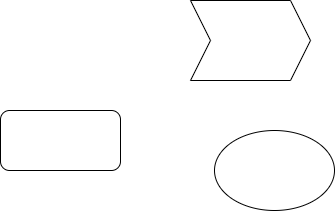
This is ex00.drawio.png from OlegRuzhinskiy/diagram, a draw.io export, as it was before one commit. Source tidied: cells renumbered, new cells last; positions are measured from the earlier drawing's top-left corner, leaving out a move shared by most shapes.
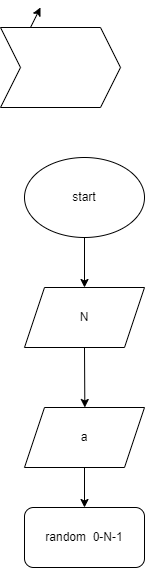
Later version of the same file.

The edit, as a diff of the source:
```diff
@@ -2,14 +2,38 @@
   <root>
     <mxCell id="0" />
     <mxCell id="1" parent="0" />
+    <mxCell id="5" style="edgeStyle=none;html=1;" parent="1" edge="1" source="2">
+      <mxGeometry relative="1" as="geometry">
+        <mxPoint x="274" y="260" as="targetPoint" />
+      </mxGeometry>
+    </mxCell>
-    <mxCell id="2" style="ellipse;whiteSpace=wrap;html=1;" parent="1" vertex="1">
+    <mxCell id="2" value="start" style="ellipse;whiteSpace=wrap;html=1;" parent="1" vertex="1">
       <mxGeometry x="214" y="130" width="120" height="80" as="geometry" />
     </mxCell>
-    <mxCell id="3" style="rounded=1;whiteSpace=wrap;html=1;" parent="1" vertex="1">
-      <mxGeometry y="110" width="120" height="60" as="geometry" />
+    <mxCell id="3" value="random&amp;nbsp; 0-N-1" style="rounded=1;whiteSpace=wrap;html=1;" parent="1" vertex="1">
+      <mxGeometry x="214" y="480" width="120" height="60" as="geometry" />
     </mxCell>
+    <mxCell id="6" style="edgeStyle=none;html=1;exitX=0.25;exitY=0;exitDx=0;exitDy=0;" parent="1" edge="1" source="4">
+      <mxGeometry relative="1" as="geometry">
+        <mxPoint x="230" y="-20" as="targetPoint" />
+      </mxGeometry>
+    </mxCell>
     <mxCell id="4" style="shape=step;perimeter=stepPerimeter;whiteSpace=wrap;html=1;fixedSize=1;" parent="1" vertex="1">
       <mxGeometry x="190" width="120" height="80" as="geometry" />
     </mxCell>
+    <mxCell id="7" style="edgeStyle=none;html=1;exitX=0.5;exitY=1;exitDx=0;exitDy=0;" parent="1" edge="1" source="8">
+      <mxGeometry relative="1" as="geometry">
+        <mxPoint x="274.3" y="380" as="targetPoint" />
+      </mxGeometry>
+    </mxCell>
+    <mxCell id="8" value="N" style="shape=parallelogram;perimeter=parallelogramPerimeter;whiteSpace=wrap;html=1;fixedSize=1;" parent="1" vertex="1">
+      <mxGeometry x="214" y="260" width="120" height="60" as="geometry" />
+    </mxCell>
+    <mxCell id="9" style="edgeStyle=none;html=1;exitX=0.5;exitY=1;exitDx=0;exitDy=0;entryX=0.5;entryY=0;entryDx=0;entryDy=0;" parent="1" edge="1" source="10" target="3">
+      <mxGeometry relative="1" as="geometry" />
+    </mxCell>
+    <mxCell id="10" value="a" style="shape=parallelogram;perimeter=parallelogramPerimeter;whiteSpace=wrap;html=1;fixedSize=1;" parent="1" vertex="1">
+      <mxGeometry x="214" y="380" width="120" height="60" as="geometry" />
+    </mxCell>
   </root>
 </mxGraphModel>
```
